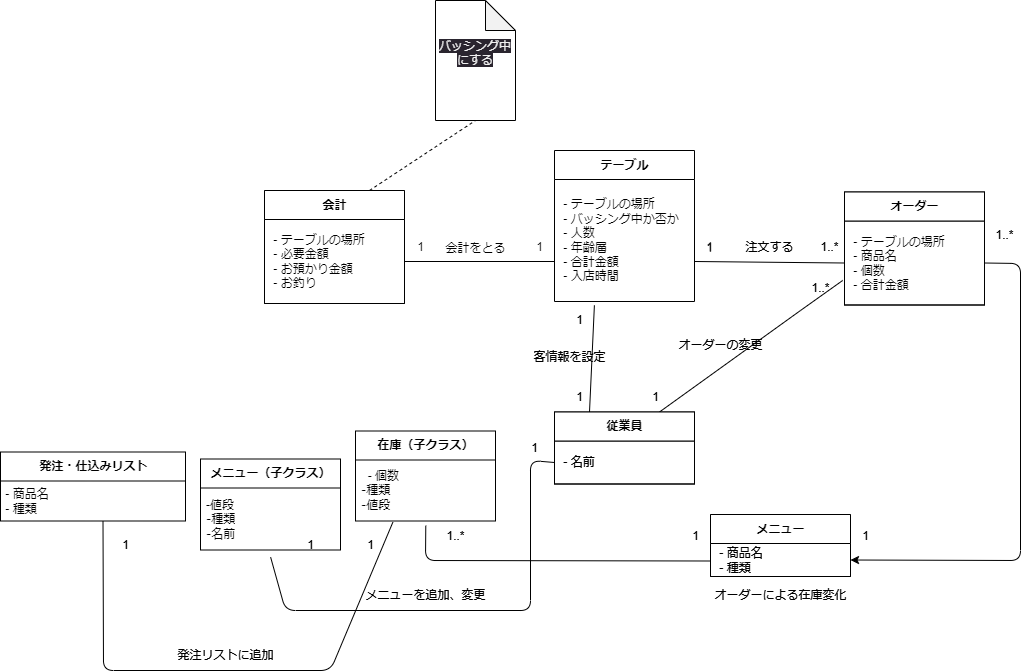
MasakiHiguchi/--- keeps this draw.io diagram as psp4/クラス図/クラス図_統合版.drawio.png. Above is the earlier version. Source tidied: cells renumbered, new cells last; positions are measured from the earlier drawing's top-left corner, leaving out a move shared by most shapes.
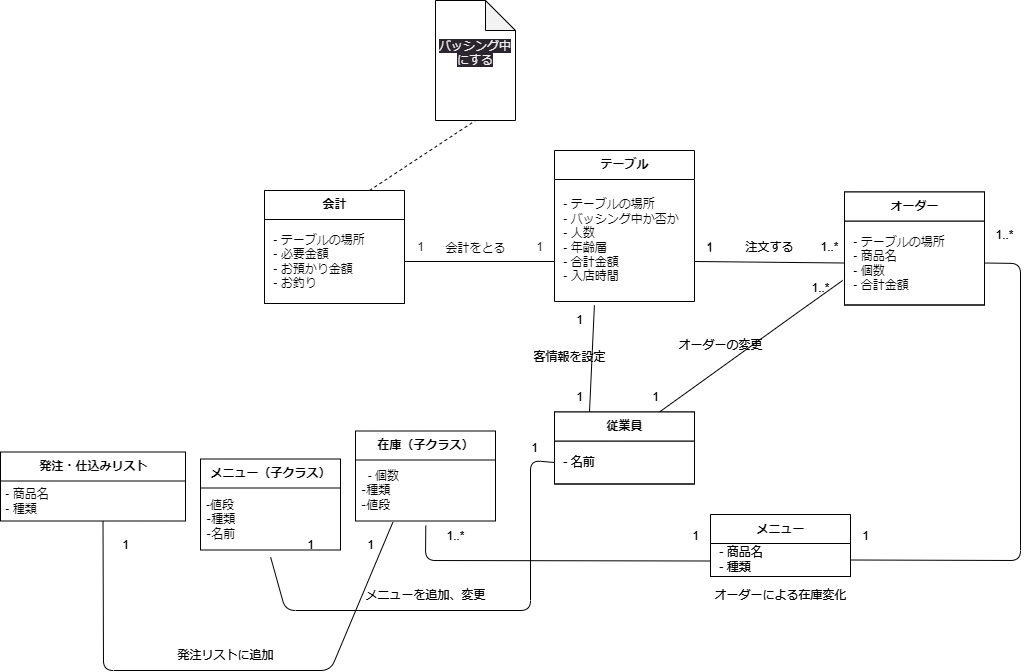
Later version of the same file.

The edit, as a diff of the source:
```diff
@@ -119,7 +119,7 @@
     <mxCell id="35" value="&amp;nbsp;- 商品名&lt;br&gt;&amp;nbsp;- 種類" style="text;html=1;strokeColor=none;fillColor=none;align=left;verticalAlign=middle;spacingLeft=4;spacingRight=4;overflow=hidden;points=[[0,0.5],[1,0.5]];portConstraint=eastwest;" parent="34" vertex="1">
       <mxGeometry y="29" width="140" height="33" as="geometry" />
     </mxCell>
-    <mxCell id="36" style="edgeStyle=none;html=1;exitX=1;exitY=0.5;exitDx=0;exitDy=0;entryX=1;entryY=0.5;entryDx=0;entryDy=0;" parent="1" edge="1" target="35">
+    <mxCell id="36" style="edgeStyle=none;html=1;exitX=1;exitY=0.5;exitDx=0;exitDy=0;entryX=1;entryY=0.5;entryDx=0;entryDy=0;endArrow=none;endFill=0;" parent="1" edge="1" target="35">
       <mxGeometry relative="1" as="geometry">
         <mxPoint x="984" y="262.5" as="sourcePoint" />
         <Array as="points">
```
